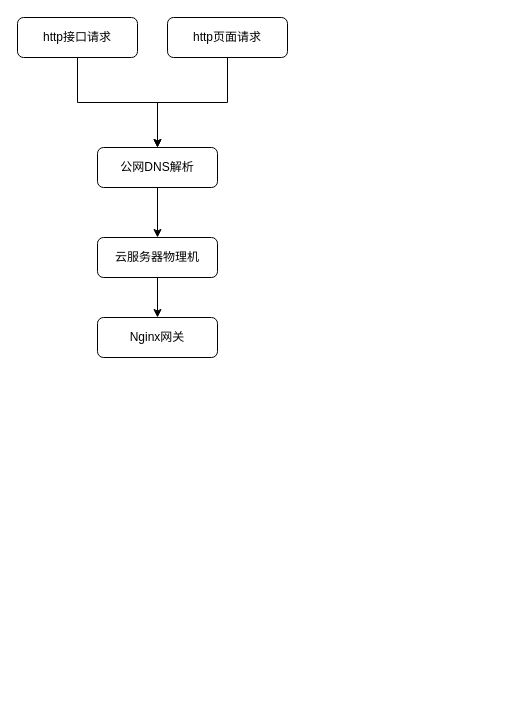
Before: 数据上报流程.drawio in jeefs/mindGraph, a draw.io diagram. Source tidied: cells renumbered, new cells numbered last; positions are measured from the earlier drawing's top-left corner, leaving out a move shared by most shapes. Both pictures are drawn from the tidied source at 100%, with x=0, y=0 at pixel (17, 17).
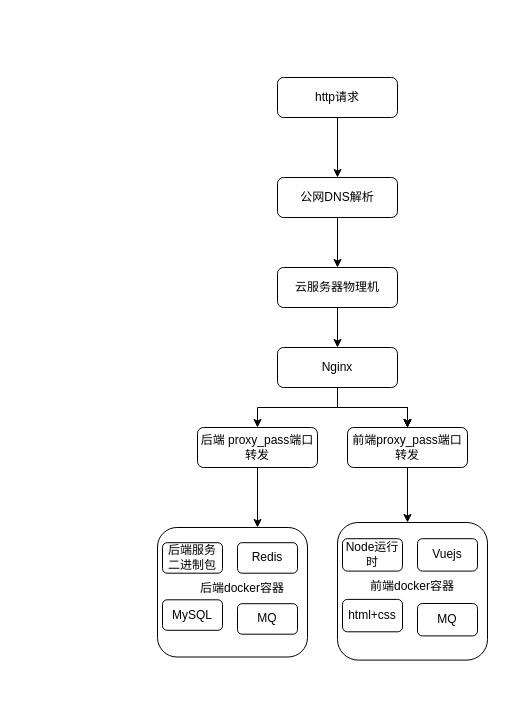
Above is the later version.

Commit message (it also covers changes not shown here):
更新数据上报流程.drawio

Diff of the diagram source:
```diff
@@
-    <mxCell id="2" style="edgeStyle=orthogonalEdgeStyle;rounded=0;jettySize=auto;html=1;" parent="1" edge="1" source="3" target="5">
-      <mxGeometry relative="1" as="geometry" />
-    </mxCell>
-    <mxCell id="3" value="http接口请求" style="rounded=1;whiteSpace=wrap;html=1;fontSize=12;glass=0;strokeWidth=1;shadow=0;" parent="1" vertex="1">
-      <mxGeometry width="120" height="40" as="geometry" />
-    </mxCell>
+    <mxCell id="11" style="edgeStyle=orthogonalEdgeStyle;rounded=0;jettySize=auto;html=1;" parent="1" edge="1" source="30" target="21">
+      <mxGeometry relative="1" as="geometry">
+        <Array as="points">
+          <mxPoint x="390" y="500" />
+          <mxPoint x="390" y="500" />
+        </Array>
+      </mxGeometry>
+    </mxCell>
+    <mxCell id="12" style="group;" parent="1" vertex="1">
+      <mxGeometry x="140" y="510" width="150" height="160" as="geometry" />
+    </mxCell>
+    <mxCell id="13" style="rounded=1;whiteSpace=wrap;html=1;fontSize=12;glass=0;strokeWidth=1;shadow=0;" parent="12" vertex="1">
+      <mxGeometry width="150" height="129.5" as="geometry" />
+    </mxCell>
+    <mxCell id="14" style="group;" parent="12" vertex="1">
+      <mxGeometry x="5" y="15.2" width="135" height="91.4" as="geometry" />
+    </mxCell>
+    <mxCell id="15" value="后端服务二进制包" style="rounded=1;whiteSpace=wrap;html=1;fontSize=12;glass=0;strokeWidth=1;shadow=0;" parent="14" vertex="1">
+      <mxGeometry width="60" height="30.5" as="geometry" />
+    </mxCell>
+    <mxCell id="16" value="Redis" style="rounded=1;whiteSpace=wrap;html=1;fontSize=12;glass=0;strokeWidth=1;shadow=0;" parent="14" vertex="1">
+      <mxGeometry x="75" width="60" height="30.5" as="geometry" />
+    </mxCell>
+    <mxCell id="17" value="MySQL" style="rounded=1;whiteSpace=wrap;html=1;fontSize=12;glass=0;strokeWidth=1;shadow=0;" parent="14" vertex="1">
+      <mxGeometry y="57.1" width="60" height="30.5" as="geometry" />
+    </mxCell>
+    <mxCell id="18" value="MQ" style="rounded=1;whiteSpace=wrap;html=1;fontSize=12;glass=0;strokeWidth=1;shadow=0;" parent="14" vertex="1">
+      <mxGeometry x="75" y="61" width="60" height="30.5" as="geometry" />
+    </mxCell>
+    <mxCell id="19" value="后端docker容器" style="text;strokeColor=none;align=center;fillColor=none;html=1;verticalAlign=middle;whiteSpace=wrap;rounded=0;" parent="14" vertex="1">
+      <mxGeometry x="35" y="31" width="90" height="30" as="geometry" />
+    </mxCell>
+    <mxCell id="20" style="group;" parent="1" vertex="1">
+      <mxGeometry x="320" y="505" width="150" height="170" as="geometry" />
+    </mxCell>
+    <mxCell id="21" style="rounded=1;whiteSpace=wrap;html=1;fontSize=12;glass=0;strokeWidth=1;shadow=0;" parent="20" vertex="1">
+      <mxGeometry width="150" height="137.6" as="geometry" />
+    </mxCell>
+    <mxCell id="22" value="Node运行时" style="rounded=1;whiteSpace=wrap;html=1;fontSize=12;glass=0;strokeWidth=1;shadow=0;" parent="20" vertex="1">
+      <mxGeometry x="5" y="16.2" width="60" height="32.4" as="geometry" />
+    </mxCell>
+    <mxCell id="23" value="Vuejs" style="rounded=1;whiteSpace=wrap;html=1;fontSize=12;glass=0;strokeWidth=1;shadow=0;" parent="20" vertex="1">
+      <mxGeometry x="80" y="16.2" width="60" height="32.4" as="geometry" />
+    </mxCell>
+    <mxCell id="24" value="html+css" style="rounded=1;whiteSpace=wrap;html=1;fontSize=12;glass=0;strokeWidth=1;shadow=0;" parent="20" vertex="1">
+      <mxGeometry x="5" y="76.9" width="60" height="32.4" as="geometry" />
+    </mxCell>
+    <mxCell id="25" value="MQ" style="rounded=1;whiteSpace=wrap;html=1;fontSize=12;glass=0;strokeWidth=1;shadow=0;" parent="20" vertex="1">
+      <mxGeometry x="80" y="81" width="60" height="32.4" as="geometry" />
+    </mxCell>
+    <mxCell id="26" value="前端docker容器" style="text;strokeColor=none;align=center;fillColor=none;html=1;verticalAlign=middle;whiteSpace=wrap;rounded=0;" parent="20" vertex="1">
+      <mxGeometry x="30" y="48.6" width="90" height="30" as="geometry" />
+    </mxCell>
+    <mxCell id="27" style="group;" parent="1" vertex="1">
+      <mxGeometry x="180" y="60" width="270" height="390" as="geometry" />
+    </mxCell>
+    <mxCell id="5" value="公网DNS解析" style="rounded=1;whiteSpace=wrap;html=1;fontSize=12;glass=0;strokeWidth=1;shadow=0;" parent="27" vertex="1">
+      <mxGeometry x="80" y="100" width="120" height="40" as="geometry" />
+    </mxCell>
+    <mxCell id="7" value="云服务器物理机" style="rounded=1;whiteSpace=wrap;html=1;fontSize=12;glass=0;strokeWidth=1;shadow=0;" parent="27" vertex="1">
+      <mxGeometry x="80" y="190" width="120" height="40" as="geometry" />
+    </mxCell>
-    <mxCell id="4" style="edgeStyle=orthogonalEdgeStyle;rounded=0;jettySize=auto;html=1;" parent="1" edge="1" source="5" target="7">
+    <mxCell id="4" style="edgeStyle=orthogonalEdgeStyle;rounded=0;jettySize=auto;html=1;" parent="27" edge="1" source="5" target="7">
       <mxGeometry relative="1" as="geometry" />
     </mxCell>
-    <mxCell id="5" value="公网DNS解析" style="rounded=1;whiteSpace=wrap;html=1;fontSize=12;glass=0;strokeWidth=1;shadow=0;" parent="1" vertex="1">
-      <mxGeometry x="80" y="130" width="120" height="40" as="geometry" />
-    </mxCell>
+    <mxCell id="8" value="Nginx" style="rounded=1;whiteSpace=wrap;html=1;fontSize=12;glass=0;strokeWidth=1;shadow=0;" parent="27" vertex="1">
+      <mxGeometry x="80" y="270" width="120" height="40" as="geometry" />
+    </mxCell>
-    <mxCell id="6" style="edgeStyle=orthogonalEdgeStyle;rounded=0;jettySize=auto;html=1;" parent="1" edge="1" source="7" target="8">
+    <mxCell id="6" style="edgeStyle=orthogonalEdgeStyle;rounded=0;jettySize=auto;html=1;" parent="27" edge="1" source="7" target="8">
       <mxGeometry relative="1" as="geometry" />
     </mxCell>
-    <mxCell id="7" value="云服务器物理机" style="rounded=1;whiteSpace=wrap;html=1;fontSize=12;glass=0;strokeWidth=1;shadow=0;" parent="1" vertex="1">
-      <mxGeometry x="80" y="220" width="120" height="40" as="geometry" />
-    </mxCell>
-    <mxCell id="8" value="Nginx网关" style="rounded=1;whiteSpace=wrap;html=1;fontSize=12;glass=0;strokeWidth=1;shadow=0;" parent="1" vertex="1">
-      <mxGeometry x="80" y="300" width="120" height="40" as="geometry" />
-    </mxCell>
-    <mxCell id="9" style="edgeStyle=orthogonalEdgeStyle;rounded=0;jettySize=auto;html=1;" parent="1" edge="1" source="10" target="5">
+    <mxCell id="9" style="edgeStyle=orthogonalEdgeStyle;rounded=0;jettySize=auto;html=1;" parent="27" edge="1" source="10" target="5">
       <mxGeometry relative="1" as="geometry" />
     </mxCell>
-    <mxCell id="10" value="http页面请求" style="rounded=1;whiteSpace=wrap;html=1;fontSize=12;glass=0;strokeWidth=1;shadow=0;" parent="1" vertex="1">
-      <mxGeometry x="150" width="120" height="40" as="geometry" />
+    <mxCell id="10" value="http请求" style="rounded=1;whiteSpace=wrap;html=1;fontSize=12;glass=0;strokeWidth=1;shadow=0;" parent="27" vertex="1">
+      <mxGeometry x="80" width="120" height="40" as="geometry" />
     </mxCell>
+    <mxCell id="28" value="后端 proxy_pass端口转发" style="rounded=1;whiteSpace=wrap;html=1;fontSize=12;glass=0;strokeWidth=1;shadow=0;" parent="27" vertex="1">
+      <mxGeometry y="350" width="120" height="40" as="geometry" />
+    </mxCell>
+    <mxCell id="29" style="edgeStyle=orthogonalEdgeStyle;rounded=0;jettySize=auto;html=1;" parent="27" edge="1" source="8" target="28">
+      <mxGeometry relative="1" as="geometry" />
+    </mxCell>
+    <mxCell id="30" value="前端proxy_pass端口转发" style="rounded=1;whiteSpace=wrap;html=1;fontSize=12;glass=0;strokeWidth=1;shadow=0;" parent="27" vertex="1">
+      <mxGeometry x="150" y="350" width="120" height="40" as="geometry" />
+    </mxCell>
+    <mxCell id="31" style="edgeStyle=orthogonalEdgeStyle;rounded=0;jettySize=auto;html=1;" parent="27" edge="1" source="8" target="30">
+      <mxGeometry relative="1" as="geometry" />
+    </mxCell>
+    <mxCell id="32" style="edgeStyle=orthogonalEdgeStyle;rounded=0;jettySize=auto;html=1;" parent="27" edge="1" source="8" target="30">
+      <mxGeometry relative="1" as="geometry" />
+    </mxCell>
+    <mxCell id="33" style="edgeStyle=orthogonalEdgeStyle;rounded=0;jettySize=auto;html=1;" parent="27" edge="1" source="8" target="30">
+      <mxGeometry relative="1" as="geometry" />
+    </mxCell>
+    <mxCell id="34" style="edgeStyle=orthogonalEdgeStyle;rounded=0;jettySize=auto;html=1;" parent="27" edge="1" source="8" target="30">
+      <mxGeometry relative="1" as="geometry" />
+    </mxCell>
+    <mxCell id="35" style="edgeStyle=orthogonalEdgeStyle;rounded=0;orthogonalLoop=1;jettySize=auto;html=1;exitX=0.5;exitY=1;exitDx=0;exitDy=0;" parent="27" edge="1" source="28" target="28">
+      <mxGeometry relative="1" as="geometry" />
+    </mxCell>
+    <mxCell id="36" style="endArrow=classic;html=1;rounded=0;" parent="1" edge="1">
+      <mxGeometry relative="1" as="geometry">
+        <mxPoint x="240" y="450" as="sourcePoint" />
+        <mxPoint x="240" y="510" as="targetPoint" />
+      </mxGeometry>
+    </mxCell>
```
